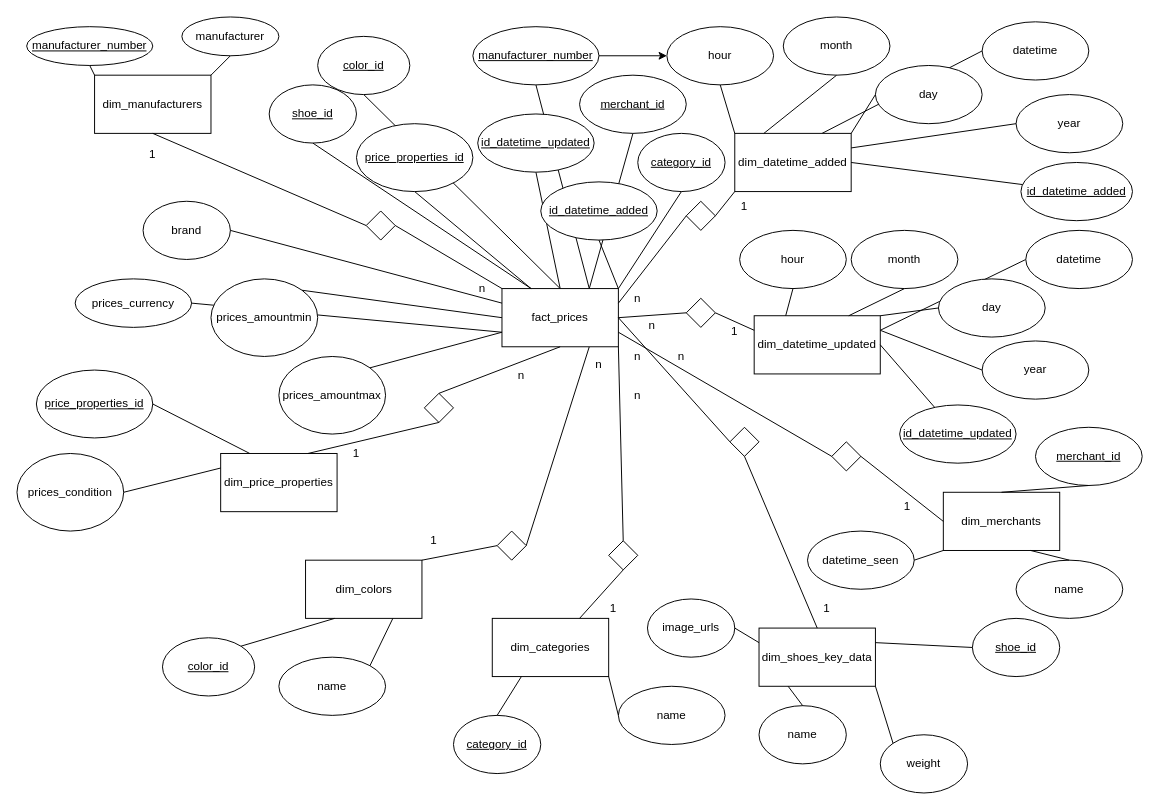
The draw.io diagram Hendrik/Meilenstein 1/Aufgabe 6a.drawio in MartinTomaszewski/Tabular_Playground_August, before the edit. Source tidied: cells renumbered, new cells numbered last; positions are measured from the earlier drawing's top-left corner, leaving out a move shared by most shapes. Both pictures are drawn from the tidied source at 97%, with x=0, y=0 at pixel (16, 16).
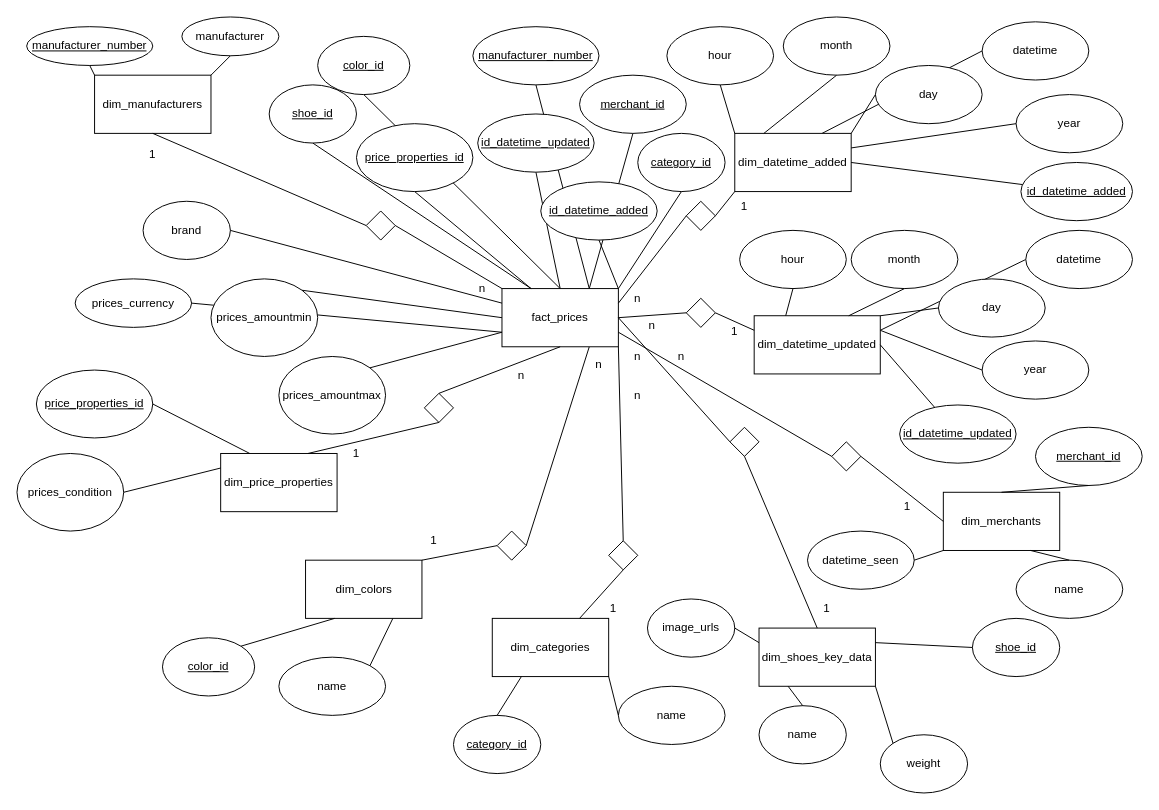
After the change.

The change refers to these unchanged cells:
```xml
<mxCell id="28" value="&lt;u&gt;manufacturer_number&lt;/u&gt;" style="ellipse;whiteSpace=wrap;html=1;" parent="1" vertex="1">
  <mxGeometry x="470" y="10" width="130" height="60" as="geometry" />
</mxCell>
<mxCell id="53" value="hour" style="ellipse;whiteSpace=wrap;html=1;" parent="1" vertex="1">
  <mxGeometry x="670" y="10" width="110" height="60" as="geometry" />
</mxCell>
```

What changed in the source:
```diff
@@
-    <mxCell id="27" style="edgeStyle=orthogonalEdgeStyle;rounded=0;jettySize=auto;html=1;" parent="1" edge="1" source="28" target="53">
-      <mxGeometry relative="1" as="geometry" />
-    </mxCell>
```
